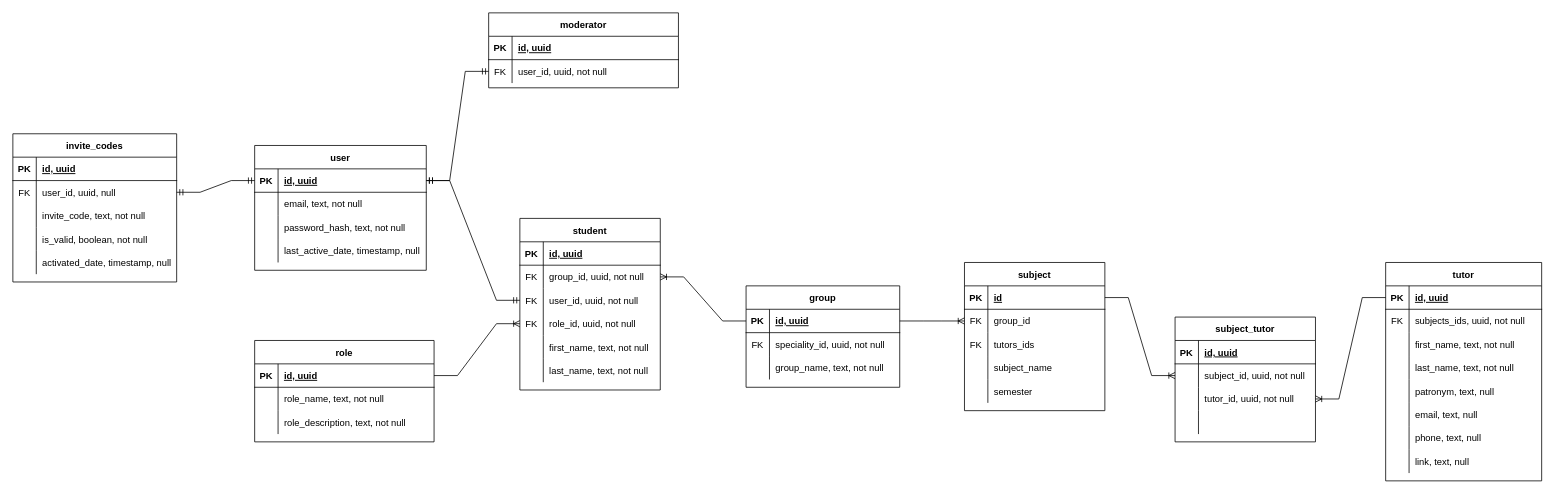
The draw.io diagram databases/physical_er_dadyarri.drawio in student-archive/backend, before the edit. Source tidied: cells renumbered, new cells numbered last; positions are measured from the earlier drawing's top-left corner, leaving out a move shared by most shapes. Both pictures are drawn from the tidied source at 78%, with x=0, y=0 at pixel (12, 12).
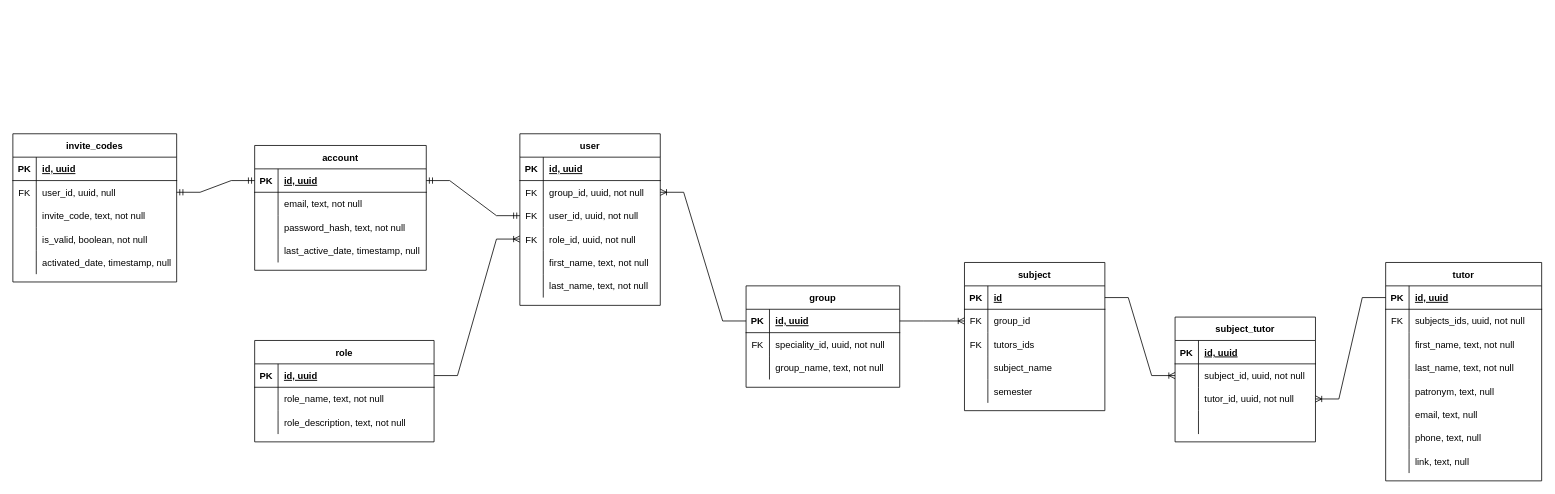
Above is the later version.

Commit message:
fix(databases): update table schema

The change refers to these unchanged cells:
```xml
<mxCell id="2" style="group;" parent="1" vertex="1">
  <mxGeometry width="1960" height="600" as="geometry" />
</mxCell>
<mxCell id="62" style="shape=tableRow;horizontal=0;startSize=0;swimlaneHead=0;swimlaneBody=0;fillColor=none;points=[[0,0.5],[1,0.5]];portConstraint=eastwest;top=0;left=0;right=0;bottom=1;" parent="61" vertex="1">
  <mxGeometry y="30" width="220" height="30" as="geometry" />
</mxCell>
```

What changed in the source:
```diff
@@
-    <mxCell id="3" value="moderator" style="shape=table;startSize=30;childLayout=tableLayout;rowLines=0;fontStyle=1;align=center;" parent="2" vertex="1">
-      <mxGeometry x="610" width="243.3" height="96.1" as="geometry" />
-    </mxCell>
-    <mxCell id="4" style="shape=tableRow;horizontal=0;startSize=0;swimlaneHead=0;swimlaneBody=0;fillColor=none;top=0;left=0;right=0;bottom=1;" parent="3" vertex="1">
-      <mxGeometry y="30" width="243.3" height="30" as="geometry" />
-    </mxCell>
-    <mxCell id="5" value="PK" style="shape=partialRectangle;fillColor=none;top=0;left=0;bottom=0;right=0;fontStyle=1;overflow=hidden;" parent="4" vertex="1">
-      <mxGeometry width="30" height="30" as="geometry" />
-    </mxCell>
-    <mxCell id="6" value="id, uuid" style="shape=partialRectangle;fillColor=none;top=0;left=0;bottom=0;right=0;align=left;spacingLeft=6;fontStyle=5;overflow=hidden;" parent="4" vertex="1">
-      <mxGeometry x="30" width="213.3" height="30" as="geometry" />
-    </mxCell>
-    <mxCell id="7" style="shape=tableRow;horizontal=0;startSize=0;swimlaneHead=0;swimlaneBody=0;fillColor=none;points=[[0,0.5],[1,0.5]];portConstraint=eastwest;top=0;left=0;right=0;bottom=0;" parent="3" vertex="1">
-      <mxGeometry y="60" width="243.3" height="30" as="geometry" />
-    </mxCell>
-    <mxCell id="8" value="FK" style="shape=partialRectangle;fillColor=none;top=0;left=0;bottom=0;right=0;overflow=hidden;" parent="7" vertex="1">
-      <mxGeometry width="30" height="30" as="geometry" />
-    </mxCell>
-    <mxCell id="9" value="user_id, uuid, not null" style="shape=partialRectangle;fillColor=none;top=0;left=0;bottom=0;right=0;align=left;spacingLeft=6;overflow=hidden;" parent="7" vertex="1">
-      <mxGeometry x="30" width="213.3" height="30" as="geometry" />
-    </mxCell>
@@
-    <mxCell id="61" value="user" style="shape=table;startSize=30;childLayout=tableLayout;rowLines=0;fontStyle=1;align=center;" parent="2" vertex="1">
+    <mxCell id="61" value="account" style="shape=table;startSize=30;childLayout=tableLayout;rowLines=0;fontStyle=1;align=center;" parent="2" vertex="1">
       <mxGeometry x="310" y="170" width="220" height="160" as="geometry" />
     </mxCell>
@@
-    <mxCell id="74" value="student" style="shape=table;startSize=30;childLayout=tableLayout;rowLines=0;fontStyle=1;align=center;" parent="2" vertex="1">
-      <mxGeometry x="650" y="263.5" width="180" height="220" as="geometry" />
+    <mxCell id="74" value="user" style="shape=table;startSize=30;childLayout=tableLayout;rowLines=0;fontStyle=1;align=center;" parent="2" vertex="1">
+      <mxGeometry x="650" y="155" width="180" height="220" as="geometry" />
     </mxCell>
@@
-    <mxCell id="133" style="edgeStyle=entityRelationEdgeStyle;fontSize=12;html=1;endArrow=ERmandOne;startArrow=ERmandOne;rounded=0;entryX=0;entryY=0.5;entryDx=0;entryDy=0;exitX=1;exitY=0.5;exitDx=0;exitDy=0;" parent="2" edge="1" source="62" target="7">
-      <mxGeometry relative="1" as="geometry" />
-    </mxCell>
```
